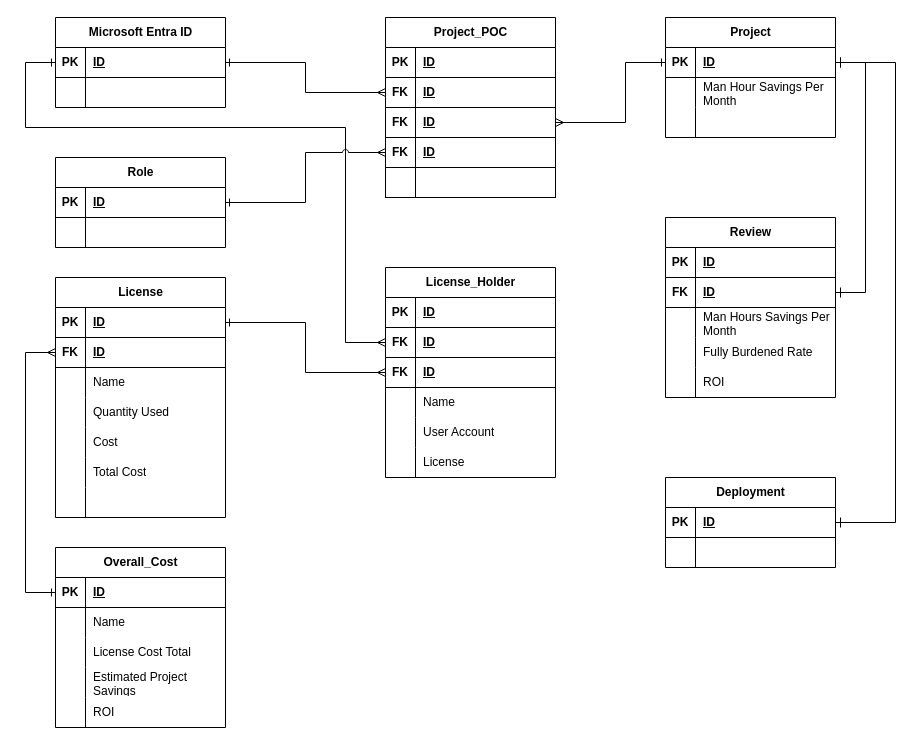
The draw.io diagram page "Option-3y" (1 of 2) of erd-projint-01.drawio in josjreyes/ProjectIntake, before the edit. Source tidied: cells renumbered, new cells numbered last; positions are measured from the earlier drawing's top-left corner, leaving out a move shared by most shapes. Both pictures are drawn from the tidied source at 100%, with x=0, y=0 at pixel (25, 17).
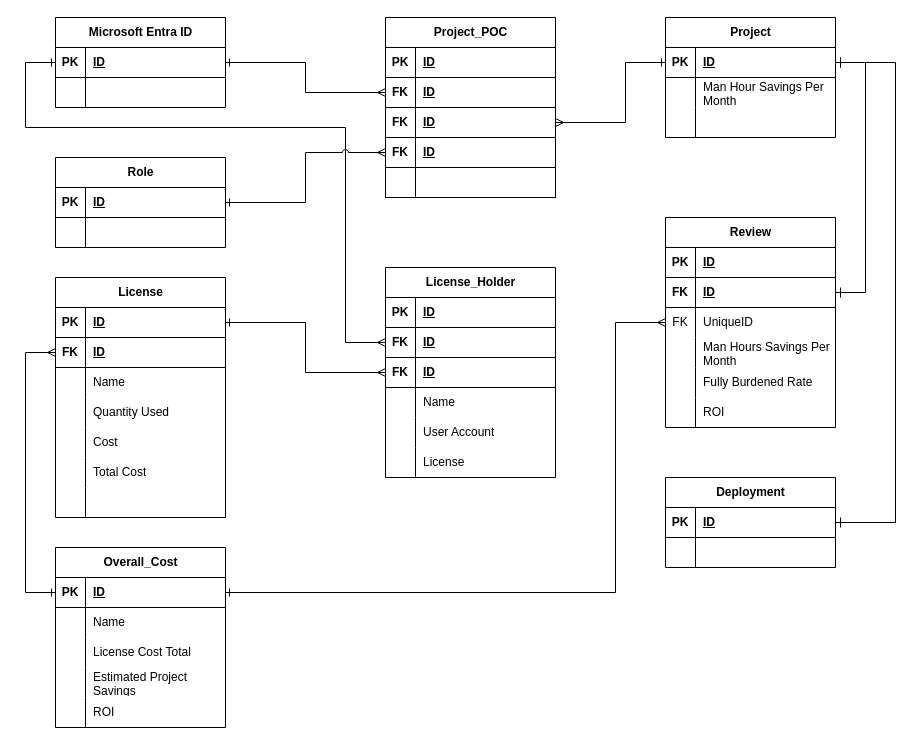
The same diagram, later.

Commit message:
Relationship between Overall_Cost and Review

Unchanged cells that the change refers to:
```xml
<mxCell id="93" style="shape=tableRow;horizontal=0;startSize=0;swimlaneHead=0;swimlaneBody=0;fillColor=none;points=[[0,0.5],[1,0.5]];portConstraint=eastwest;top=0;left=0;right=0;bottom=1;" parent="86" vertex="1">
  <mxGeometry y="90" width="170" height="30" as="geometry" />
</mxCell>
<mxCell id="114" style="shape=tableRow;horizontal=0;startSize=0;swimlaneHead=0;swimlaneBody=0;fillColor=none;points=[[0,0.5],[1,0.5]];portConstraint=eastwest;top=0;left=0;right=0;bottom=1;" parent="113" vertex="1">
  <mxGeometry y="30" width="170" height="30" as="geometry" />
</mxCell>
```

Change to the diagram source:
```diff
@@
     <mxCell id="49" value="Review" style="shape=table;startSize=30;childLayout=tableLayout;rowLines=0;fontStyle=1;align=center;html=1;" parent="1" vertex="1">
-      <mxGeometry x="640" y="200" width="170" height="180" as="geometry" />
+      <mxGeometry x="640" y="200" width="170" height="210" as="geometry" />
     </mxCell>
@@
+    <mxCell id="130" style="shape=tableRow;horizontal=0;startSize=0;swimlaneHead=0;swimlaneBody=0;fillColor=none;points=[[0,0.5],[1,0.5]];portConstraint=eastwest;top=0;left=0;right=0;bottom=0;" parent="49" vertex="1">
+      <mxGeometry y="90" width="170" height="30" as="geometry" />
+    </mxCell>
+    <mxCell id="131" value="FK" style="shape=partialRectangle;fillColor=none;top=0;left=0;bottom=0;right=0;fontStyle=0;overflow=hidden;whiteSpace=wrap;html=1;" parent="130" vertex="1">
+      <mxGeometry width="30" height="30" as="geometry" />
+    </mxCell>
+    <mxCell id="132" value="UniqueID" style="shape=partialRectangle;fillColor=none;top=0;left=0;bottom=0;right=0;align=left;spacingLeft=6;fontStyle=0;overflow=hidden;whiteSpace=wrap;html=1;" parent="130" vertex="1">
+      <mxGeometry x="30" width="140" height="30" as="geometry" />
+    </mxCell>
     <mxCell id="56" style="shape=tableRow;horizontal=0;startSize=0;swimlaneHead=0;swimlaneBody=0;fillColor=none;top=0;left=0;right=0;bottom=0;" parent="49" vertex="1">
-      <mxGeometry y="90" width="170" height="30" as="geometry" />
+      <mxGeometry y="120" width="170" height="30" as="geometry" />
     </mxCell>
@@
     <mxCell id="59" style="shape=tableRow;horizontal=0;startSize=0;swimlaneHead=0;swimlaneBody=0;fillColor=none;top=0;left=0;right=0;bottom=0;" parent="49" vertex="1">
-      <mxGeometry y="120" width="170" height="30" as="geometry" />
+      <mxGeometry y="150" width="170" height="30" as="geometry" />
     </mxCell>
@@
     <mxCell id="62" style="shape=tableRow;horizontal=0;startSize=0;swimlaneHead=0;swimlaneBody=0;fillColor=none;top=0;left=0;right=0;bottom=0;" parent="49" vertex="1">
-      <mxGeometry y="150" width="170" height="30" as="geometry" />
+      <mxGeometry y="180" width="170" height="30" as="geometry" />
     </mxCell>
@@
-    <mxCell id="95" value="ID" style="shape=partialRectangle;fillColor=none;top=0;left=0;bottom=0;right=0;align=left;spacingLeft=6;fontStyle=5;overflow=hidden;whiteSpace=wrap;html=1;" parent="93" vertex="1">
+    <mxCell id="95" value="ID" style="shape=partialRectangle;fillColor=none;top=0;left=0;bottom=0;right=0;align=left;spacingLeft=6;fontStyle=5;overflow=hidden;whiteSpace=wrap;html=1;strokeColor=inherit;" parent="93" vertex="1">
       <mxGeometry x="30" width="140" height="30" as="geometry" />
     </mxCell>
@@
+    <mxCell id="133" style="edgeStyle=orthogonalEdgeStyle;rounded=0;jettySize=auto;html=1;endArrow=ERone;endFill=0;startArrow=ERmany;startFill=0;entryX=1;entryY=0.5;entryDx=0;entryDy=0;exitX=0;exitY=0.5;exitDx=0;exitDy=0;" parent="1" edge="1" source="130" target="114">
+      <mxGeometry relative="1" as="geometry">
+        <Array as="points">
+          <mxPoint x="590" y="305" />
+          <mxPoint x="590" y="575" />
+        </Array>
+      </mxGeometry>
+    </mxCell>
```
